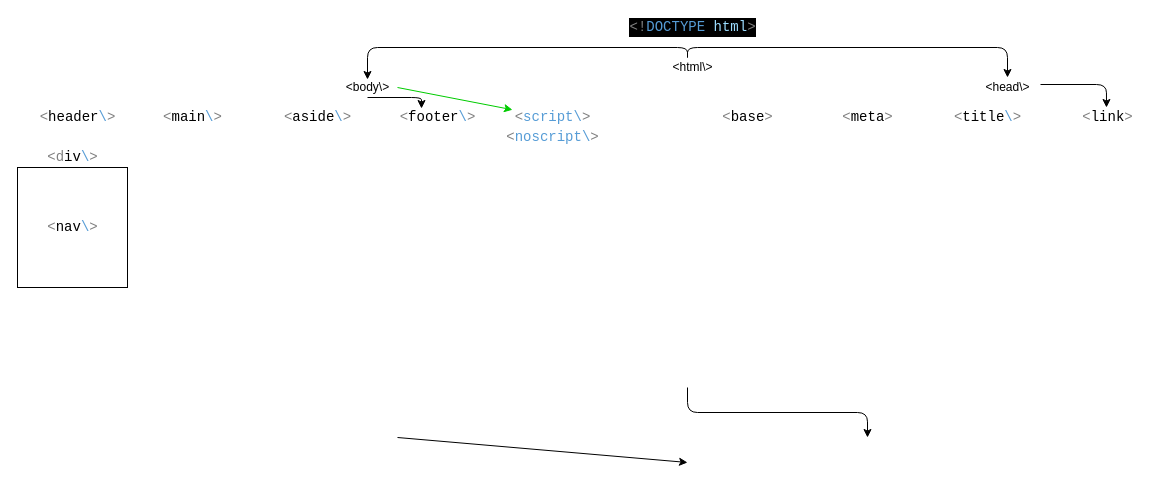
Earlier version of the draw.io diagram example/test.drawio (AR-AC-12/Universal-Society). Source tidied: cells renumbered, new cells numbered last; positions are measured from the earlier drawing's top-left corner, leaving out a move shared by most shapes. Both pictures are drawn from the tidied source at 100%, with x=0, y=0 at pixel (17, 17).
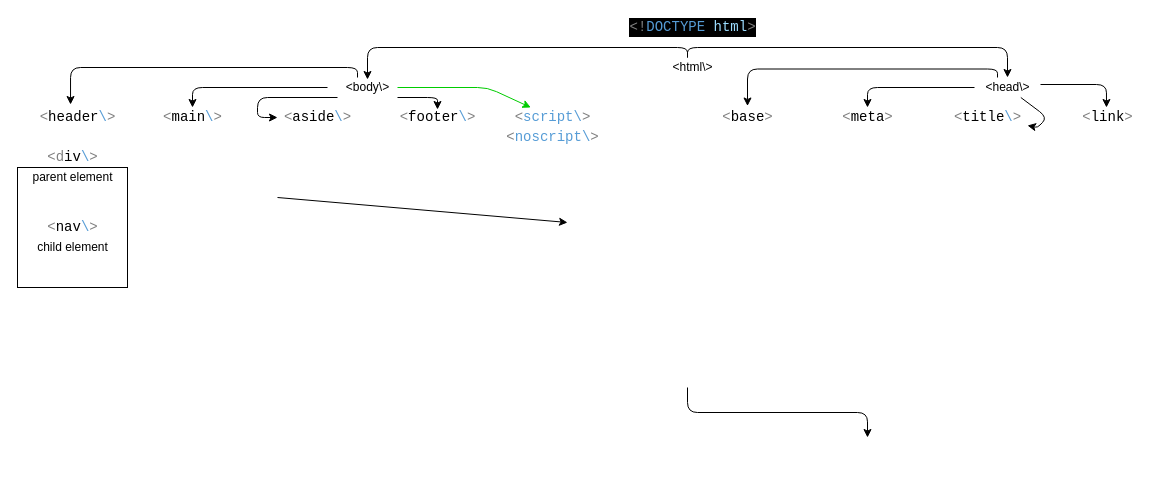
The same page after the edit.

The change refers to these unchanged cells:
```xml
<mxCell id="3" value="&amp;lt;head\&amp;gt;" style="text;html=1;align=center;verticalAlign=middle;points=[];fillColor=none;strokeColor=none;rounded=0;" parent="1" vertex="1">
  <mxGeometry x="960" y="60" width="60" height="20" as="geometry" />
</mxCell>
<mxCell id="8" value="&amp;lt;body\&amp;gt;" style="text;html=1;align=center;verticalAlign=middle;points=[];fillColor=none;strokeColor=none;rounded=0;" parent="1" vertex="1">
  <mxGeometry x="320" y="60" width="60" height="20" as="geometry" />
</mxCell>
<mxCell id="9" value="&lt;div style=&quot;font-family: &amp;#34;consolas&amp;#34; , &amp;#34;courier new&amp;#34; , monospace ; font-size: 14px ; line-height: 19px&quot;&gt;&lt;span style=&quot;background-color: rgb(255 , 255 , 255)&quot;&gt;&lt;span style=&quot;color: rgb(128 , 128 , 128)&quot;&gt;&amp;lt;&lt;/span&gt;header&lt;span style=&quot;color: rgb(86 , 156 , 214)&quot;&gt;\&lt;/span&gt;&lt;span style=&quot;color: rgb(128 , 128 , 128)&quot;&gt;&amp;gt;&lt;/span&gt;&lt;/span&gt;&lt;/div&gt;" style="text;html=1;align=center;verticalAlign=middle;points=[];fillColor=none;strokeColor=none;rounded=0;" parent="1" vertex="1">
  <mxGeometry x="20" y="90" width="80" height="20" as="geometry" />
</mxCell>
<mxCell id="10" value="&lt;div style=&quot;font-family: &amp;#34;consolas&amp;#34; , &amp;#34;courier new&amp;#34; , monospace ; font-size: 14px ; line-height: 19px&quot;&gt;&lt;span style=&quot;background-color: rgb(255 , 255 , 255)&quot;&gt;&lt;span style=&quot;color: rgb(128 , 128 , 128)&quot;&gt;&amp;lt;&lt;/span&gt;main&lt;span style=&quot;color: rgb(86 , 156 , 214)&quot;&gt;\&lt;/span&gt;&lt;span style=&quot;color: rgb(128 , 128 , 128)&quot;&gt;&amp;gt;&lt;/span&gt;&lt;/span&gt;&lt;/div&gt;" style="text;html=1;align=center;verticalAlign=middle;points=[];fillColor=none;strokeColor=none;rounded=0;" parent="1" vertex="1">
  <mxGeometry x="140" y="90" width="70" height="20" as="geometry" />
</mxCell>
<mxCell id="11" value="&lt;div style=&quot;font-family: &amp;#34;consolas&amp;#34; , &amp;#34;courier new&amp;#34; , monospace ; font-size: 14px ; line-height: 19px&quot;&gt;&lt;span style=&quot;background-color: rgb(255 , 255 , 255)&quot;&gt;&lt;span style=&quot;color: rgb(128 , 128 , 128)&quot;&gt;&amp;lt;&lt;/span&gt;aside&lt;span style=&quot;color: rgb(86 , 156 , 214)&quot;&gt;\&lt;/span&gt;&lt;span style=&quot;color: rgb(128 , 128 , 128)&quot;&gt;&amp;gt;&lt;/span&gt;&lt;/span&gt;&lt;/div&gt;" style="text;html=1;align=center;verticalAlign=middle;points=[];fillColor=none;strokeColor=none;rounded=0;" parent="1" vertex="1">
  <mxGeometry x="260" y="90" width="80" height="20" as="geometry" />
</mxCell>
<mxCell id="12" value="&lt;div style=&quot;font-family: &amp;#34;consolas&amp;#34; , &amp;#34;courier new&amp;#34; , monospace ; font-size: 14px ; line-height: 19px&quot;&gt;&lt;span style=&quot;background-color: rgb(255 , 255 , 255)&quot;&gt;&lt;span style=&quot;color: rgb(128 , 128 , 128)&quot;&gt;&amp;lt;&lt;/span&gt;footer&lt;span style=&quot;color: rgb(86 , 156 , 214)&quot;&gt;\&lt;/span&gt;&lt;span style=&quot;color: rgb(128 , 128 , 128)&quot;&gt;&amp;gt;&lt;/span&gt;&lt;/span&gt;&lt;/div&gt;" style="text;html=1;align=center;verticalAlign=middle;points=[];fillColor=none;strokeColor=none;rounded=0;" parent="1" vertex="1">
  <mxGeometry x="380" y="90" width="80" height="20" as="geometry" />
</mxCell>
<mxCell id="13" value="&lt;div style=&quot;color: rgb(255 , 255 , 255) ; font-family: &amp;#34;consolas&amp;#34; , &amp;#34;courier new&amp;#34; , monospace ; font-size: 14px ; line-height: 19px&quot;&gt;&lt;span style=&quot;background-color: rgb(255 , 255 , 255)&quot;&gt;&lt;span style=&quot;color: rgb(128 , 128 , 128)&quot;&gt;&amp;lt;&lt;/span&gt;&lt;span style=&quot;color: rgb(86 , 156 , 214)&quot;&gt;script\&lt;/span&gt;&lt;span style=&quot;color: rgb(128 , 128 , 128)&quot;&gt;&amp;gt;&lt;/span&gt;&lt;/span&gt;&lt;/div&gt;" style="text;html=1;align=center;verticalAlign=middle;points=[];fillColor=none;strokeColor=none;rounded=0;labelBackgroundColor=#FFFFFF;fontColor=#000000;" parent="1" vertex="1">
  <mxGeometry x="495" y="90" width="80" height="20" as="geometry" />
</mxCell>
<mxCell id="18" value="&lt;div style=&quot;font-family: &amp;#34;consolas&amp;#34; , &amp;#34;courier new&amp;#34; , monospace ; font-size: 14px ; line-height: 19px&quot;&gt;&lt;span style=&quot;background-color: rgb(255 , 255 , 255)&quot;&gt;&lt;span style=&quot;color: rgb(128 , 128 , 128)&quot;&gt;&amp;lt;&lt;/span&gt;title&lt;span style=&quot;color: rgb(86 , 156 , 214)&quot;&gt;\&lt;/span&gt;&lt;span style=&quot;color: rgb(128 , 128 , 128)&quot;&gt;&amp;gt;&lt;/span&gt;&lt;/span&gt;&lt;/div&gt;" style="text;html=1;align=center;verticalAlign=middle;points=[];fillColor=none;strokeColor=none;rounded=0;" parent="1" vertex="1">
  <mxGeometry x="930" y="90" width="80" height="20" as="geometry" />
</mxCell>
```

What changed in the source:
```diff
@@
     <mxCell id="5" style="edgeStyle=none;html=1;entryX=0;entryY=0.5;entryDx=0;entryDy=0;" parent="1" edge="1">
       <mxGeometry relative="1" as="geometry">
-        <mxPoint x="380" y="420" as="sourcePoint" />
-        <mxPoint x="670" y="445" as="targetPoint" />
+        <mxPoint x="260" y="180" as="sourcePoint" />
+        <mxPoint x="550" y="205" as="targetPoint" />
       </mxGeometry>
     </mxCell>
@@
     <mxCell id="22" style="edgeStyle=none;html=1;strokeColor=#00CC00;" parent="1" edge="1" target="13">
       <mxGeometry relative="1" as="geometry">
         <mxPoint x="380" y="70" as="sourcePoint" />
+        <Array as="points">
+          <mxPoint x="470" y="70" />
+        </Array>
       </mxGeometry>
     </mxCell>
-    <mxCell id="23" style="edgeStyle=elbowEdgeStyle;elbow=vertical;entryX=0.3;entryY=0.05;entryDx=0;entryDy=0;entryPerimeter=0;" parent="1" edge="1" target="12">
+    <mxCell id="23" style="edgeStyle=elbowEdgeStyle;elbow=vertical;entryX=0.5;entryY=0.1;entryDx=0;entryDy=0;entryPerimeter=0;" parent="1" edge="1" target="12">
       <mxGeometry relative="1" as="geometry">
-        <mxPoint x="350" y="80" as="sourcePoint" />
+        <mxPoint x="380" y="80" as="sourcePoint" />
         <Array as="points">
-          <mxPoint x="380" y="80" />
+          <mxPoint x="430" y="80" />
+          <mxPoint x="420" y="80" />
           <mxPoint x="380" y="89" />
           <mxPoint x="347" y="98.5" />
           <mxPoint x="367" y="98.5" />
         </Array>
       </mxGeometry>
     </mxCell>
@@
+    <mxCell id="26" style="edgeStyle=elbowEdgeStyle;elbow=vertical;entryX=0.413;entryY=-0.15;entryDx=0;entryDy=0;entryPerimeter=0;" parent="1" edge="1" target="9">
+      <mxGeometry relative="1" as="geometry">
+        <mxPoint x="340" y="60" as="sourcePoint" />
+        <Array as="points">
+          <mxPoint x="190" y="50" />
+          <mxPoint x="30" y="69" />
+          <mxPoint x="30" y="78" />
+          <mxPoint x="-3" y="87.5" />
+          <mxPoint x="17" y="87.5" />
+        </Array>
+      </mxGeometry>
+    </mxCell>
+    <mxCell id="27" style="edgeStyle=elbowEdgeStyle;elbow=vertical;" parent="1" edge="1" source="8" target="11">
+      <mxGeometry relative="1" as="geometry">
+        <Array as="points">
+          <mxPoint x="240" y="80" />
+          <mxPoint x="240" y="80" />
+          <mxPoint x="280" y="80" />
+          <mxPoint x="270" y="100" />
+          <mxPoint x="260" y="80" />
+          <mxPoint x="210" y="70" />
+          <mxPoint x="50" y="89" />
+          <mxPoint x="50" y="98" />
+          <mxPoint x="17" y="107.5" />
+          <mxPoint x="37" y="107.5" />
+        </Array>
+      </mxGeometry>
+    </mxCell>
+    <mxCell id="28" style="edgeStyle=elbowEdgeStyle;elbow=vertical;" parent="1" edge="1" target="10">
+      <mxGeometry relative="1" as="geometry">
+        <mxPoint x="310" y="70" as="sourcePoint" />
+        <Array as="points">
+          <mxPoint x="220" y="70" />
+          <mxPoint x="250" y="150" />
+          <mxPoint x="150" y="60" />
+          <mxPoint x="70" y="20" />
+          <mxPoint x="110" y="20" />
+          <mxPoint x="100" y="40" />
+          <mxPoint x="90" y="20" />
+          <mxPoint x="40" y="10" />
+          <mxPoint x="-120" y="29" />
+          <mxPoint x="-120" y="38" />
+          <mxPoint x="-153" y="47.5" />
+          <mxPoint x="-133" y="47.5" />
+        </Array>
+      </mxGeometry>
+    </mxCell>
+    <mxCell id="29" style="edgeStyle=elbowEdgeStyle;elbow=vertical;entryX=0.413;entryY=-0.15;entryDx=0;entryDy=0;entryPerimeter=0;" parent="1" edge="1">
+      <mxGeometry relative="1" as="geometry">
+        <mxPoint x="980" y="60" as="sourcePoint" />
+        <mxPoint x="730" y="88.5" as="targetPoint" />
+        <Array as="points">
+          <mxPoint x="867" y="51.5" />
+          <mxPoint x="707" y="70.5" />
+          <mxPoint x="707" y="79.5" />
+          <mxPoint x="674" y="89" />
+          <mxPoint x="694" y="89" />
+        </Array>
+      </mxGeometry>
+    </mxCell>
+    <mxCell id="30" style="edgeStyle=elbowEdgeStyle;elbow=vertical;" parent="1" edge="1">
+      <mxGeometry relative="1" as="geometry">
+        <mxPoint x="957" y="70" as="sourcePoint" />
+        <mxPoint x="850" y="90" as="targetPoint" />
+        <Array as="points">
+          <mxPoint x="895" y="70" />
+          <mxPoint x="925" y="150" />
+          <mxPoint x="825" y="60" />
+          <mxPoint x="745" y="20" />
+          <mxPoint x="785" y="20" />
+          <mxPoint x="775" y="40" />
+          <mxPoint x="765" y="20" />
+          <mxPoint x="715" y="10" />
+          <mxPoint x="555" y="29" />
+          <mxPoint x="555" y="38" />
+          <mxPoint x="522" y="47.5" />
+          <mxPoint x="542" y="47.5" />
+        </Array>
+      </mxGeometry>
+    </mxCell>
+    <mxCell id="31" style="edgeStyle=none;html=1;" parent="1" edge="1" source="3" target="18">
+      <mxGeometry relative="1" as="geometry">
+        <Array as="points">
+          <mxPoint x="1030" y="100" />
+          <mxPoint x="1020" y="110" />
+        </Array>
+      </mxGeometry>
+    </mxCell>
+    <mxCell id="32" value="parent element" style="text;html=1;align=center;verticalAlign=middle;fillColor=none;strokeColor=none;rounded=0;" parent="1" vertex="1">
+      <mxGeometry x="5" y="150" width="100" height="20" as="geometry" />
+    </mxCell>
+    <mxCell id="33" value="child element" style="text;html=1;align=center;verticalAlign=middle;fillColor=none;strokeColor=none;rounded=0;" parent="1" vertex="1">
+      <mxGeometry x="10" y="220" width="90" height="20" as="geometry" />
+    </mxCell>
```
